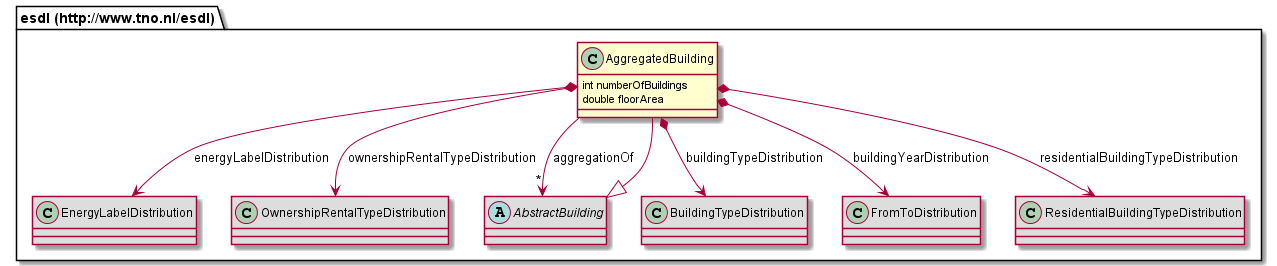
Before: 687474703a2f2f7777772e746e6f2e6e6c2f6573646c/AggregatedBuilding.png, a diagram exported from PlantUML (EnergyTransition/energytransition.github.io).
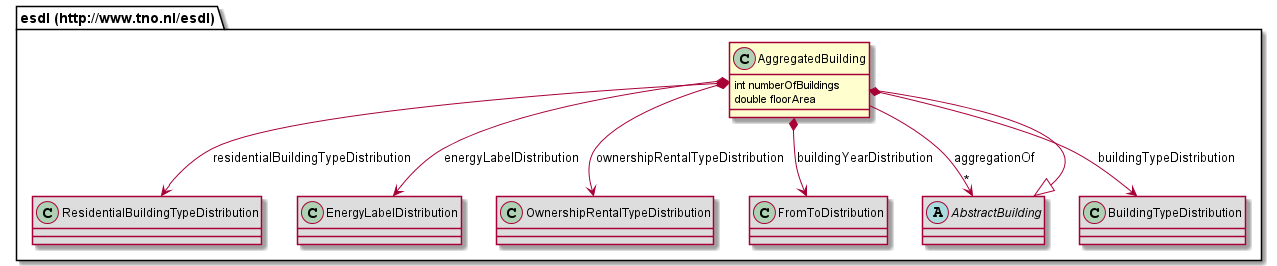
Above is the later version.

Change to the diagram source:
```diff
@@ -3,17 +3,17 @@
 	int numberOfBuildings
 	double floorArea
 }
-abstract class "esdl (http://www.tno.nl/esdl).AbstractBuilding" [[#router/doc-content/687474703a2f2f7777772e746e6f2e6e6c2f6573646c/AbstractBuilding.html{Describes the shared properties of building, building unit and aggregated building}]] #DDDDDD {
+class "esdl (http://www.tno.nl/esdl).ResidentialBuildingTypeDistribution" [[#router/doc-content/687474703a2f2f7777772e746e6f2e6e6c2f6573646c/ResidentialBuildingTypeDistribution.html{Specifies the way the residential building type is distributed in this area (e.g. Vrijstaande Woning, Hoekwoning, Flatwoning), specifing the percentage of buildings per residential type.}]] #DDDDDD {
 }
 class "esdl (http://www.tno.nl/esdl).EnergyLabelDistribution" [[#router/doc-content/687474703a2f2f7777772e746e6f2e6e6c2f6573646c/EnergyLabelDistribution.html{Defines a distribution in terms of energy labels}]] #DDDDDD {
 }
 class "esdl (http://www.tno.nl/esdl).OwnershipRentalTypeDistribution" [[#router/doc-content/687474703a2f2f7777772e746e6f2e6e6c2f6573646c/OwnershipRentalTypeDistribution.html{Specifies the way the housing type is distributed in this area (e.g. Owner occupied, Housing Association, Private Rental), specifing the percentage of buildings per housing type.}]] #DDDDDD {
 }
-class "esdl (http://www.tno.nl/esdl).BuildingTypeDistribution" [[#router/doc-content/687474703a2f2f7777772e746e6f2e6e6c2f6573646c/BuildingTypeDistribution.html{Specifies the way the building type is distributed in this area (e.g. Utility, Residential), specifing the percentage of buildings per type.}]] #DDDDDD {
+abstract class "esdl (http://www.tno.nl/esdl).AbstractBuilding" [[#router/doc-content/687474703a2f2f7777772e746e6f2e6e6c2f6573646c/AbstractBuilding.html{Describes the shared properties of building, building unit and aggregated building}]] #DDDDDD {
 }
 class "esdl (http://www.tno.nl/esdl).FromToDistribution" [[#router/doc-content/687474703a2f2f7777772e746e6f2e6e6c2f6573646c/FromToDistribution.html{Defines a distribution in terms of ‘from’ and ‘to’}]] #DDDDDD {
 }
-class "esdl (http://www.tno.nl/esdl).ResidentialBuildingTypeDistribution" [[#router/doc-content/687474703a2f2f7777772e746e6f2e6e6c2f6573646c/ResidentialBuildingTypeDistribution.html{Specifies the way the residential building type is distributed in this area (e.g. Vrijstaande Woning, Hoekwoning, Flatwoning), specifing the percentage of buildings per residential type.}]] #DDDDDD {
+class "esdl (http://www.tno.nl/esdl).BuildingTypeDistribution" [[#router/doc-content/687474703a2f2f7777772e746e6f2e6e6c2f6573646c/BuildingTypeDistribution.html{Specifies the way the building type is distributed in this area (e.g. Utility, Residential), specifing the percentage of buildings per type.}]] #DDDDDD {
 }
 "esdl (http://www.tno.nl/esdl).AbstractBuilding" <|-- "esdl (http://www.tno.nl/esdl).AggregatedBuilding"
 "esdl (http://www.tno.nl/esdl).AggregatedBuilding" --> "*" "esdl (http://www.tno.nl/esdl).AbstractBuilding" : aggregationOf
```
